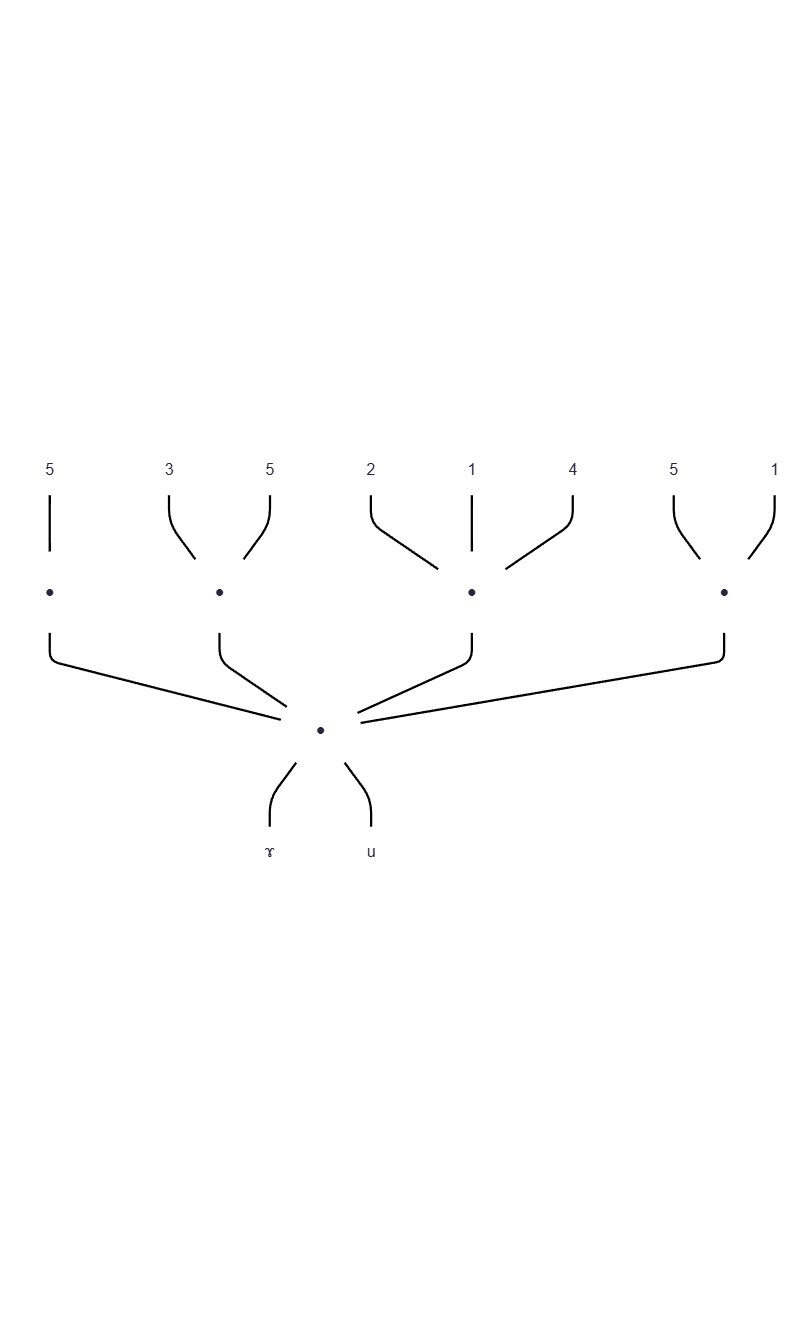
This is YIME_Theory/flowchart/与质素相联结的调素_3.png from tsaanghwang/Yime-prototype, a Mermaid export, as it was before one commit. Its source is kept beside it as YIME_Theory/flowchart/与质素相联结的调素_3.mmd.
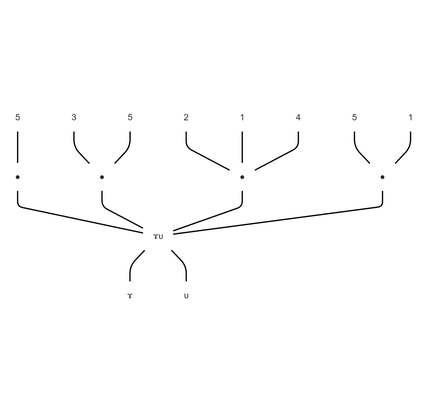
Above is the later version.

Diff of the diagram source:
```diff
@@ -1,21 +1,21 @@
 graph BT
 
-O[ɤ] --- OU((●))
-U[u] --- OU((●))
+O[ɤ] --- OU(ɤᴜ)
+U[ᴜ] --- OU(ɤᴜ)
 
-OU ---  B((●))
+OU ---  B(●)
 B ---  B1[5]
 
-OU ---  C((●))
+OU ---  C(●)
 C ---  C1[3]
 C ---  C2[5]
 
-OU ---  D((●))
+OU ---  D(●)
 D ---  D1[2]
 D --- D2[1]
 D --- D3[4]
 
-OU ---  E((●))
+OU ---  E(●)
 E ---  E1[5]
 E --- E2[1]
 
```
